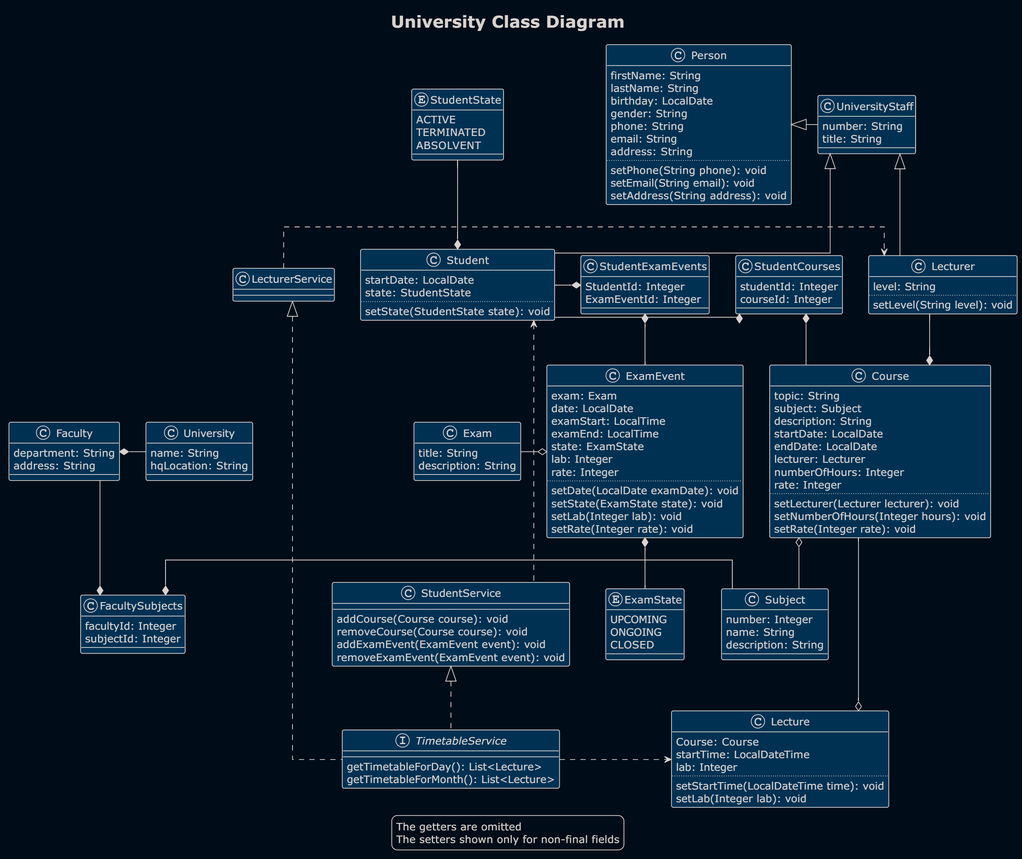
Above: src/main/resources/diagrams/University.png in RomaEcho/University (PlantUML), before the change. Its source is kept beside it as src/main/resources/diagrams/University.puml.
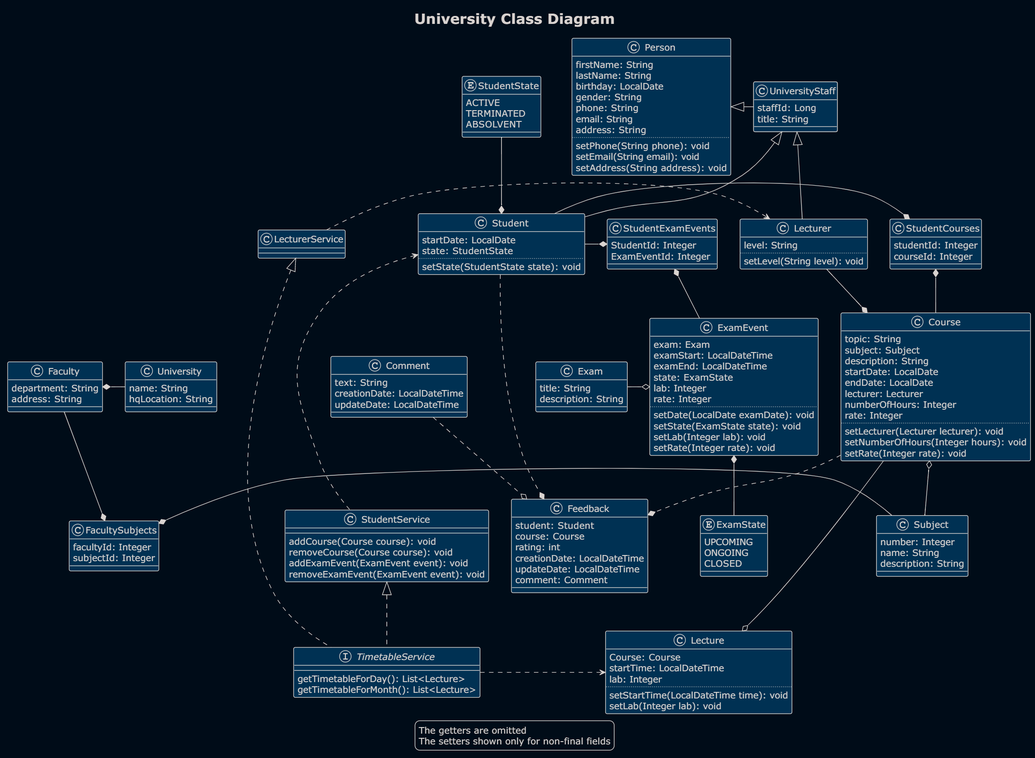
The same file after the commit.

The edit, as a diff of the source:
```diff
@@ -1,7 +1,6 @@
 @startuml
 !theme blueprint
 skinparam BackgroundColor #000c18
-skinparam linetype ortho
 
 title University Class Diagram
 class Person {
@@ -107,6 +106,20 @@
     StudentId: Integer
     ExamEventId: Integer
 }
+class Feedback {
+    student: Student
+    course: Course
+    rating: int
+    creationDate: LocalDateTime
+    updateDate: LocalDateTime
+    comment: Comment
+}
+class Comment {
+    text: String
+    creationDate: LocalDateTime
+    updateDate: LocalDateTime
+}
+
 interface TimetableService {
     getTimetableForDay(): List<Lecture>
     getTimetableForMonth(): List<Lecture>
@@ -135,6 +148,9 @@
 Subject -left-* FacultySubjects
 University -left* Faculty
 Student <... StudentService
+Student ..* Feedback
+Course ..* Feedback
+Comment ..o Feedback
 StudentService <|.. TimetableService
 LecturerService <|.. TimetableService
 LecturerService .> Lecturer
```
